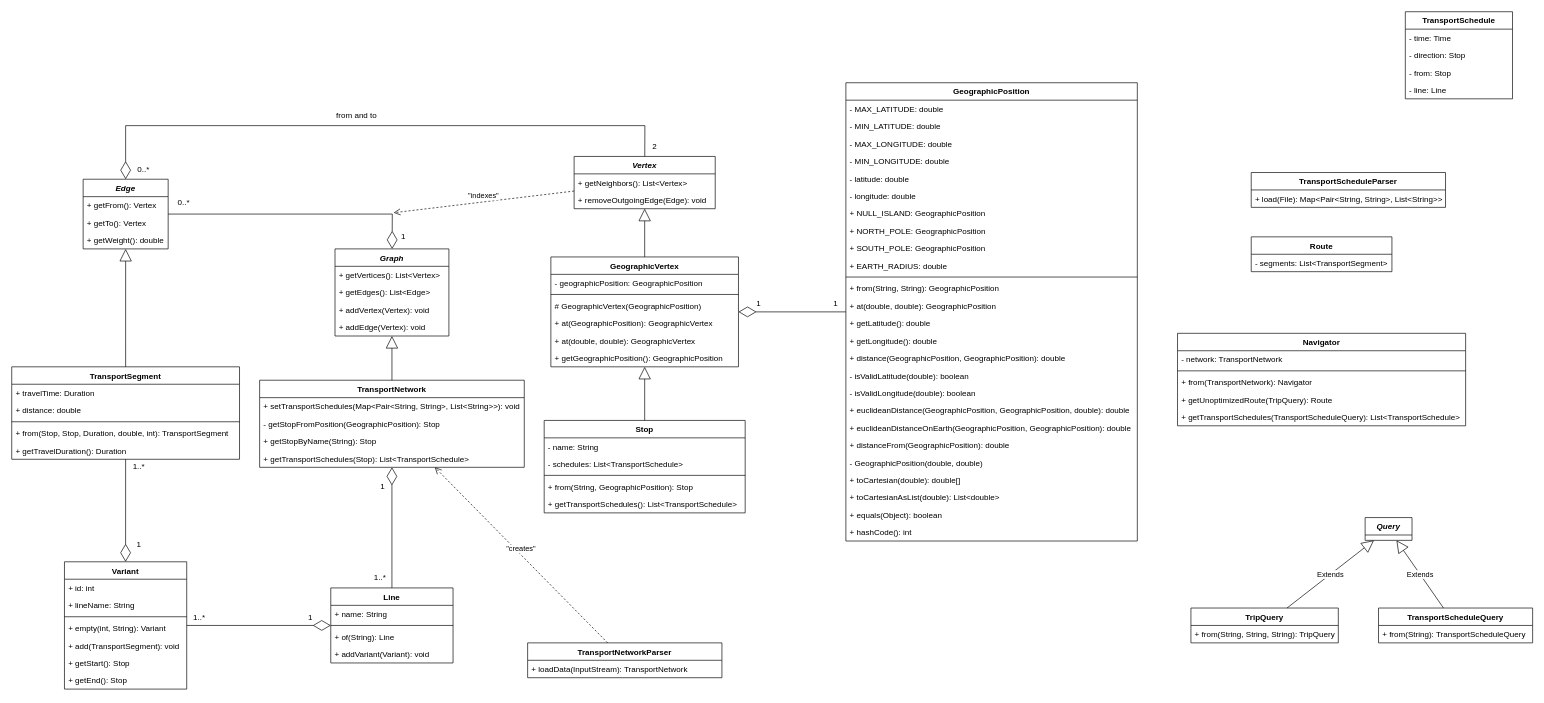
Earlier version of the draw.io diagram diagrams/model.drawio (SkyNalix/MoriaMap). Source tidied: cells renumbered, new cells numbered last; positions are measured from the earlier drawing's top-left corner, leaving out a move shared by most shapes. Both pictures are drawn from the tidied source at 67%, with x=0, y=0 at pixel (11, 11).
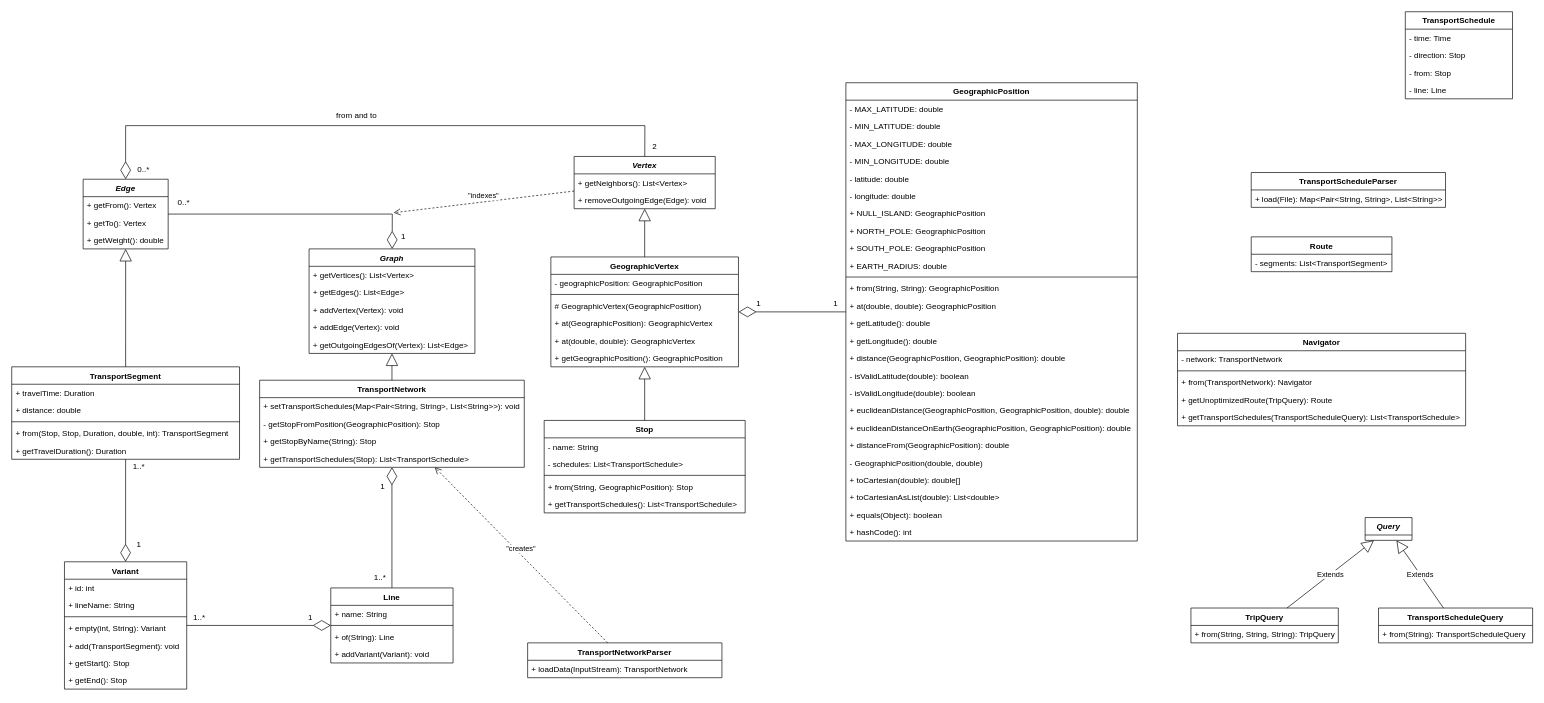
The same diagram, later.

Commit message:
Update model diagram

Change to the diagram source:
```diff
@@
     <mxCell id="2" value="Graph" style="swimlane;fontStyle=3;align=center;verticalAlign=top;horizontal=1;startSize=26;" parent="1" vertex="1">
-      <mxGeometry x="482.5" y="354" width="170" height="130" as="geometry" />
+      <mxGeometry x="443.8" y="354" width="247.5" height="156" as="geometry" />
     </mxCell>
     <mxCell id="3" value="+ getVertices(): List&lt;Vertex&gt;" style="text;strokeColor=none;fillColor=none;align=left;verticalAlign=top;spacingLeft=4;spacingRight=4;overflow=hidden;" parent="2" vertex="1">
-      <mxGeometry y="26" width="170" height="26" as="geometry" />
+      <mxGeometry y="26" width="247.5" height="26" as="geometry" />
     </mxCell>
     <mxCell id="4" value="+ getEdges(): List&lt;Edge&gt;" style="text;strokeColor=none;fillColor=none;align=left;verticalAlign=top;spacingLeft=4;spacingRight=4;overflow=hidden;" parent="2" vertex="1">
-      <mxGeometry y="52" width="170" height="26" as="geometry" />
+      <mxGeometry y="52" width="247.5" height="26" as="geometry" />
     </mxCell>
     <mxCell id="5" value="+ addVertex(Vertex): void" style="text;strokeColor=none;fillColor=none;align=left;verticalAlign=top;spacingLeft=4;spacingRight=4;overflow=hidden;" parent="2" vertex="1">
-      <mxGeometry y="78" width="170" height="26" as="geometry" />
+      <mxGeometry y="78" width="247.5" height="26" as="geometry" />
     </mxCell>
     <mxCell id="6" value="+ addEdge(Vertex): void" style="text;strokeColor=none;fillColor=none;align=left;verticalAlign=top;spacingLeft=4;spacingRight=4;overflow=hidden;" parent="2" vertex="1">
-      <mxGeometry y="104" width="170" height="26" as="geometry" />
+      <mxGeometry y="104" width="247.5" height="26" as="geometry" />
     </mxCell>
+    <mxCell id="127" value="+ getOutgoingEdgesOf(Vertex): List&lt;Edge&gt;" style="text;strokeColor=none;fillColor=none;align=left;verticalAlign=top;spacingLeft=4;spacingRight=4;overflow=hidden;" parent="2" vertex="1">
+      <mxGeometry y="130" width="247.5" height="26" as="geometry" />
+    </mxCell>
```
